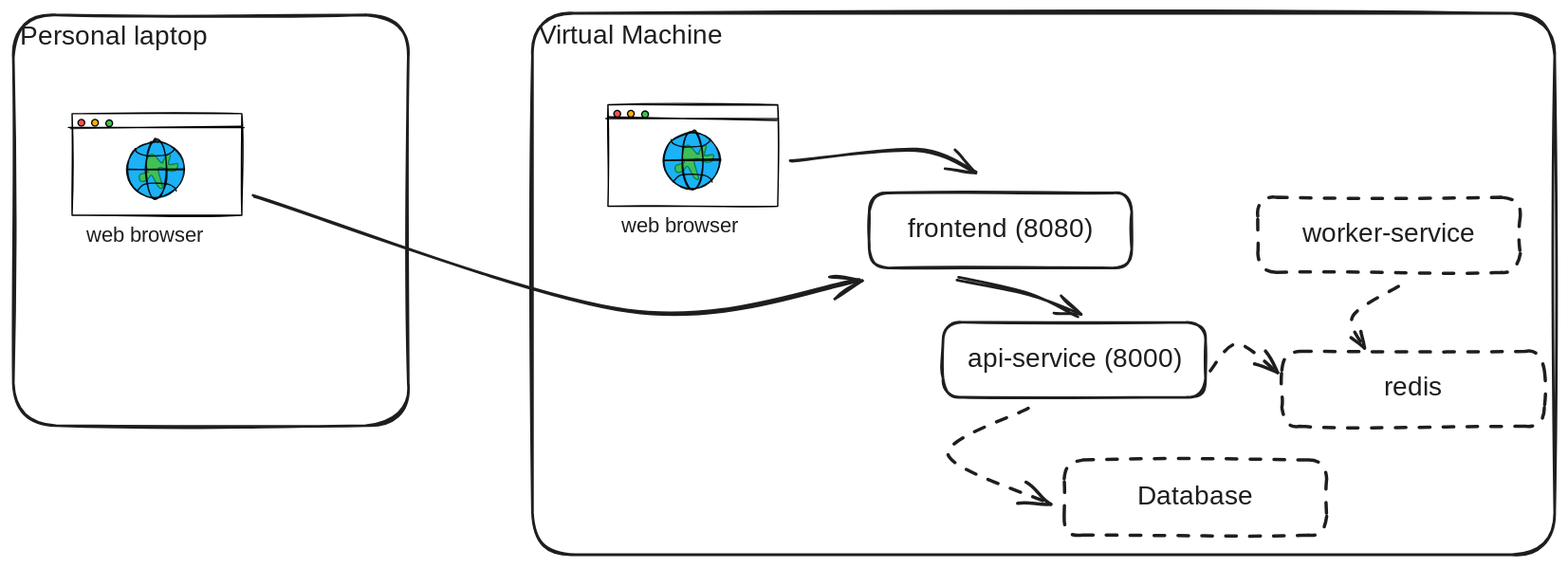
Above: demoboard-archi.excalidraw.svg in seb54000/tpcs-demoboard (Excalidraw), before the change. Source tidied: one line per element, renumbered; positions are measured from the earlier drawing's top-left corner, leaving out a move shared by most shapes. Source of this version:
```json
{"id": 0, "type": "rectangle", "strokeColor": "#1e1e1e", "strokeWidth": 2, "roughness": 1, "round": true, "x": 391, "y": 0, "width": 770, "height": 408}
{"id": 1, "type": "text", "text": "Virtual Machine", "strokeColor": "#1e1e1e", "strokeWidth": 2, "roughness": 1, "fontSize": 20, "fontFamily": 1, "inside": 0, "x": 396, "y": 5, "width": 148, "height": 25}
{"id": 2, "type": "rectangle", "strokeColor": "#1e1e1e", "strokeWidth": 2, "roughness": 1, "round": true, "x": 645, "y": 135, "width": 198, "height": 57}
{"id": 3, "type": "text", "text": "frontend (8080)", "strokeColor": "#1e1e1e", "strokeWidth": 2, "roughness": 1, "fontSize": 20, "fontFamily": 1, "textAlign": "center", "verticalAlign": "middle", "inside": 2, "x": 661, "y": 151, "width": 165, "height": 25}
{"id": 4, "type": "rectangle", "strokeColor": "#000000", "strokeWidth": 1, "roughness": 1, "x": 448, "y": 69, "width": 128, "height": 77}
{"id": 5, "type": "line", "strokeColor": "#000000", "strokeWidth": 1, "roughness": 1, "round": true, "x": 447, "y": 80, "width": 129, "height": 0, "points": [[0, 0], [129, 0]]}
{"id": 6, "type": "ellipse", "strokeColor": "#000000", "backgroundColor": "#fa5252", "fillStyle": "solid", "strokeWidth": 1, "roughness": 0, "x": 452, "y": 73, "width": 5, "height": 5}
{"id": 7, "type": "ellipse", "strokeColor": "#000000", "backgroundColor": "#fab005", "fillStyle": "solid", "strokeWidth": 1, "roughness": 0, "x": 463, "y": 73, "width": 5, "height": 5}
{"id": 8, "type": "ellipse", "strokeColor": "#000000", "backgroundColor": "#40c057", "fillStyle": "solid", "strokeWidth": 1, "roughness": 0, "x": 473, "y": 74, "width": 5, "height": 5}
{"id": 9, "type": "ellipse", "strokeColor": "#000000", "backgroundColor": "#04aaf7", "fillStyle": "solid", "strokeWidth": 1, "roughness": 1, "opacity": 90, "x": 489, "y": 90, "width": 43, "height": 43}
{"id": 10, "type": "line", "strokeColor": "#087f5b", "backgroundColor": "#40c057", "fillStyle": "solid", "strokeWidth": 1, "roughness": 0, "round": true, "x": 516, "y": 106, "width": 28, "height": 24, "points": [[0, 0], [-2, 0], [-8, -6], [-11, -4], [-13, 2], [-11, 7], [-17, 9], [-17, 14], [-12, 13], [-9, 9], [-4, 18], [0, 18], [-4, 5], [1, 4], [3, 6], [9, 6], [11, 1], [4, 1], [5, -6], [2, -5], [0, -1], [0, 0]]}
{"id": 11, "type": "line", "strokeColor": "#000000", "backgroundColor": "#99bcff", "fillStyle": "solid", "strokeWidth": 1, "roughness": 1, "opacity": 90, "round": true, "x": 490, "y": 111, "width": 42, "height": 0, "points": [[0, 0], [42, 0]]}
{"id": 12, "type": "line", "strokeColor": "#000000", "backgroundColor": "#99bcff", "fillStyle": "solid", "strokeWidth": 1, "roughness": 0, "opacity": 90, "round": true, "x": 496, "y": 95, "width": 29, "height": 6, "points": [[0, 0], [1, 2], [4, 4], [9, 5], [15, 5], [24, 5], [28, 2], [29, 0]]}
{"id": 13, "type": "ellipse", "strokeColor": "#000000", "strokeWidth": 1, "roughness": 1, "opacity": 90, "x": 504, "y": 88, "width": 16, "height": 45}
{"id": 14, "type": "line", "strokeColor": "#000000", "backgroundColor": "#99bcff", "fillStyle": "solid", "strokeWidth": 1, "roughness": 0, "opacity": 90, "round": true, "x": 497, "y": 127, "width": 29, "height": 6, "points": [[0, 0], [4, -4], [9, -6], [15, -6], [24, -5], [28, -2], [29, 0]]}
{"id": 15, "type": "text", "text": "web browser", "strokeColor": "#1e1e1e", "strokeWidth": 2, "roughness": 1, "fontSize": 16, "fontFamily": 1, "x": 458, "y": 151, "width": 93, "height": 20}
{"id": 16, "type": "arrow", "strokeColor": "#1e1e1e", "strokeWidth": 2, "roughness": 1, "endArrowhead": "arrow", "round": true, "from": 4, "x": 586, "y": 110, "width": 138, "height": 18, "points": [[0, 0], [95, -7], [138, 10]]}
{"id": 17, "type": "rectangle", "strokeColor": "#1e1e1e", "strokeWidth": 2, "roughness": 1, "round": true, "x": 0, "y": 1, "width": 297, "height": 309}
{"id": 18, "type": "text", "text": "Personal laptop", "strokeColor": "#1e1e1e", "strokeWidth": 2, "roughness": 1, "fontSize": 20, "fontFamily": 1, "inside": 17, "x": 5, "y": 6, "width": 153, "height": 25}
{"id": 19, "type": "rectangle", "strokeColor": "#000000", "strokeWidth": 1, "roughness": 1, "x": 44, "y": 76, "width": 128, "height": 77}
{"id": 20, "type": "line", "strokeColor": "#000000", "strokeWidth": 1, "roughness": 1, "round": true, "x": 43, "y": 86, "width": 129, "height": 0, "points": [[0, 0], [129, 0]]}
{"id": 21, "type": "ellipse", "strokeColor": "#000000", "backgroundColor": "#fa5252", "fillStyle": "solid", "strokeWidth": 1, "roughness": 0, "x": 49, "y": 80, "width": 5, "height": 5}
{"id": 22, "type": "ellipse", "strokeColor": "#000000", "backgroundColor": "#fab005", "fillStyle": "solid", "strokeWidth": 1, "roughness": 0, "x": 59, "y": 80, "width": 5, "height": 5}
{"id": 23, "type": "ellipse", "strokeColor": "#000000", "backgroundColor": "#40c057", "fillStyle": "solid", "strokeWidth": 1, "roughness": 0, "x": 70, "y": 80, "width": 5, "height": 5}
{"id": 24, "type": "ellipse", "strokeColor": "#000000", "backgroundColor": "#04aaf7", "fillStyle": "solid", "strokeWidth": 1, "roughness": 1, "opacity": 90, "x": 86, "y": 96, "width": 43, "height": 43}
{"id": 25, "type": "line", "strokeColor": "#087f5b", "backgroundColor": "#40c057", "fillStyle": "solid", "strokeWidth": 1, "roughness": 0, "round": true, "x": 113, "y": 113, "width": 28, "height": 24, "points": [[0, 0], [-2, 0], [-8, -6], [-11, -4], [-13, 2], [-11, 7], [-17, 9], [-17, 14], [-12, 13], [-9, 9], [-4, 18], [0, 18], [-4, 5], [1, 4], [3, 6], [9, 6], [11, 1], [4, 1], [5, -6], [2, -5], [0, -1], [0, 0]]}
{"id": 26, "type": "line", "strokeColor": "#000000", "backgroundColor": "#99bcff", "fillStyle": "solid", "strokeWidth": 1, "roughness": 1, "opacity": 90, "round": true, "x": 87, "y": 117, "width": 42, "height": 0, "points": [[0, 0], [42, 0]]}
{"id": 27, "type": "line", "strokeColor": "#000000", "backgroundColor": "#99bcff", "fillStyle": "solid", "strokeWidth": 1, "roughness": 0, "opacity": 90, "round": true, "x": 92, "y": 102, "width": 29, "height": 6, "points": [[0, 0], [1, 2], [4, 4], [9, 5], [15, 5], [24, 5], [28, 2], [29, 0]]}
{"id": 28, "type": "ellipse", "strokeColor": "#000000", "strokeWidth": 1, "roughness": 1, "opacity": 90, "x": 100, "y": 95, "width": 16, "height": 45}
{"id": 29, "type": "line", "strokeColor": "#000000", "backgroundColor": "#99bcff", "fillStyle": "solid", "strokeWidth": 1, "roughness": 0, "opacity": 90, "round": true, "x": 93, "y": 134, "width": 29, "height": 6, "points": [[0, 0], [4, -4], [9, -6], [15, -6], [24, -5], [28, -2], [29, 0]]}
{"id": 30, "type": "text", "text": "web browser", "strokeColor": "#1e1e1e", "strokeWidth": 2, "roughness": 1, "fontSize": 16, "fontFamily": 1, "x": 55, "y": 158, "width": 93, "height": 20}
{"id": 31, "type": "rectangle", "strokeColor": "#1e1e1e", "strokeWidth": 2, "roughness": 1, "round": true, "x": 700, "y": 233, "width": 198, "height": 57}
{"id": 32, "type": "text", "text": "api-service (8000)", "strokeColor": "#1e1e1e", "strokeWidth": 2, "roughness": 1, "fontSize": 20, "fontFamily": 1, "textAlign": "center", "verticalAlign": "middle", "inside": 31, "x": 707, "y": 249, "width": 184, "height": 25}
{"id": 33, "type": "arrow", "strokeColor": "#1e1e1e", "strokeWidth": 2, "roughness": 1, "endArrowhead": "arrow", "round": true, "from": 2, "to": 31, "x": 712, "y": 200, "width": 91, "height": 28, "points": [[0, 0], [53, 13], [91, 28]]}
{"id": 34, "type": "rectangle", "strokeColor": "#1e1e1e", "strokeWidth": 2, "strokeStyle": "dashed", "roughness": 1, "round": true, "x": 792, "y": 337, "width": 198, "height": 57}
{"id": 35, "type": "text", "text": "Database", "strokeColor": "#1e1e1e", "strokeWidth": 2, "roughness": 1, "fontSize": 20, "fontFamily": 1, "textAlign": "center", "verticalAlign": "middle", "inside": 34, "x": 841, "y": 352, "width": 99, "height": 25}
{"id": 36, "type": "rectangle", "strokeColor": "#1e1e1e", "strokeWidth": 2, "strokeStyle": "dashed", "roughness": 1, "round": true, "x": 956, "y": 255, "width": 198, "height": 57}
{"id": 37, "type": "text", "text": "redis", "strokeColor": "#1e1e1e", "strokeWidth": 2, "roughness": 1, "fontSize": 20, "fontFamily": 1, "textAlign": "center", "verticalAlign": "middle", "inside": 36, "x": 1031, "y": 270, "width": 46, "height": 25}
{"id": 38, "type": "rectangle", "strokeColor": "#1e1e1e", "strokeWidth": 2, "strokeStyle": "dashed", "roughness": 1, "round": true, "x": 937, "y": 139, "width": 198, "height": 57}
{"id": 39, "type": "text", "text": "worker-service", "strokeColor": "#1e1e1e", "strokeWidth": 2, "roughness": 1, "fontSize": 20, "fontFamily": 1, "textAlign": "center", "verticalAlign": "middle", "inside": 38, "x": 968, "y": 154, "width": 136, "height": 25}
{"id": 40, "type": "arrow", "strokeColor": "#1e1e1e", "strokeWidth": 2, "strokeStyle": "dashed", "roughness": 1, "endArrowhead": "arrow", "round": true, "from": 31, "to": 34, "x": 764, "y": 297, "width": 76, "height": 74, "points": [[0, 0], [-59, 37], [17, 74]]}
{"id": 41, "type": "arrow", "strokeColor": "#1e1e1e", "strokeWidth": 2, "strokeStyle": "dashed", "roughness": 1, "endArrowhead": "arrow", "round": true, "from": 31, "to": 36, "x": 903, "y": 269, "width": 50, "height": 22, "points": [[0, 0], [20, -20], [50, 2]]}
{"id": 42, "type": "arrow", "strokeColor": "#1e1e1e", "strokeWidth": 2, "strokeStyle": "dashed", "roughness": 1, "endArrowhead": "arrow", "round": true, "from": 38, "to": 36, "x": 1043, "y": 206, "width": 34, "height": 46, "points": [[0, 0], [-34, 22], [-25, 46]]}
{"id": 43, "type": "arrow", "strokeColor": "#1e1e1e", "strokeWidth": 2, "roughness": 1, "endArrowhead": "arrow", "round": true, "from": 19, "to": 2, "x": 181, "y": 138, "width": 457, "height": 86, "points": [[0, 0], [282, 86], [457, 63]]}
```
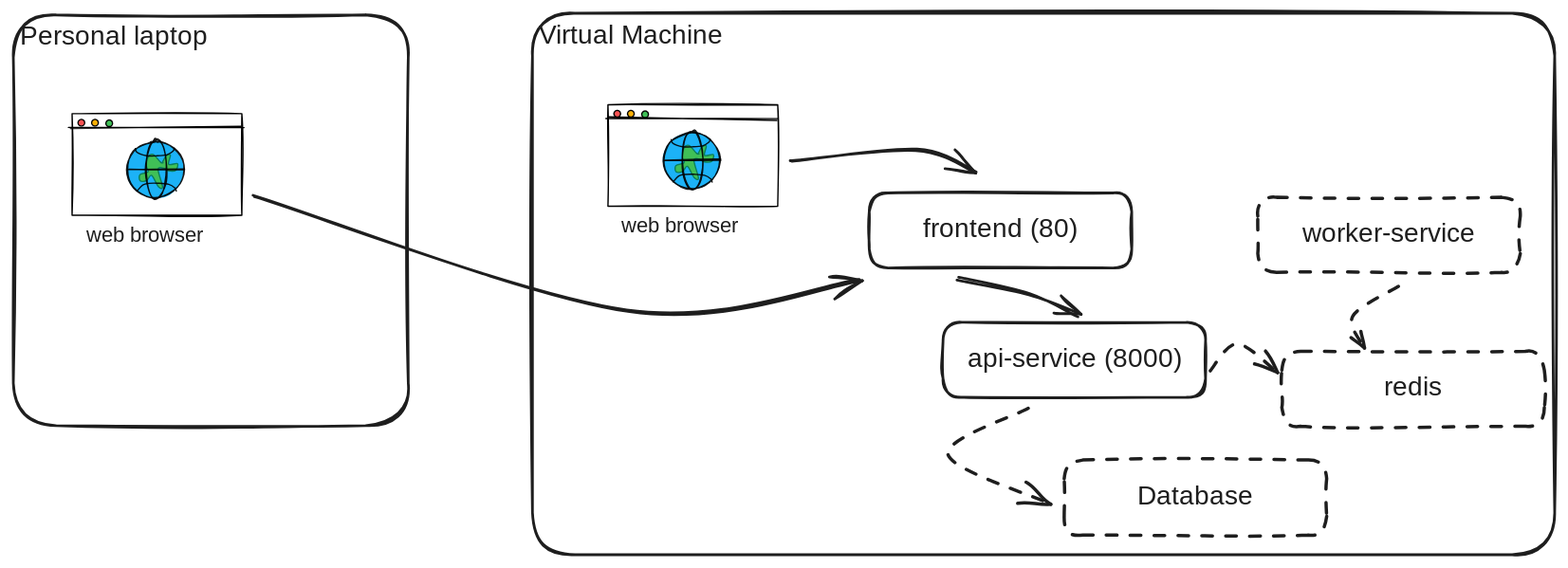
Later version of the same file.

Diff of the diagram source:
```diff
@@ -1,7 +1,7 @@
 {"id": 0, "type": "rectangle", "strokeColor": "#1e1e1e", "strokeWidth": 2, "roughness": 1, "round": true, "x": 391, "y": 0, "width": 770, "height": 408}
 {"id": 1, "type": "text", "text": "Virtual Machine", "strokeColor": "#1e1e1e", "strokeWidth": 2, "roughness": 1, "fontSize": 20, "fontFamily": 1, "inside": 0, "x": 396, "y": 5, "width": 148, "height": 25}
 {"id": 2, "type": "rectangle", "strokeColor": "#1e1e1e", "strokeWidth": 2, "roughness": 1, "round": true, "x": 645, "y": 135, "width": 198, "height": 57}
-{"id": 3, "type": "text", "text": "frontend (8080)", "strokeColor": "#1e1e1e", "strokeWidth": 2, "roughness": 1, "fontSize": 20, "fontFamily": 1, "textAlign": "center", "verticalAlign": "middle", "inside": 2, "x": 661, "y": 151, "width": 165, "height": 25}
+{"id": 3, "type": "text", "text": "frontend (80)", "strokeColor": "#1e1e1e", "strokeWidth": 2, "roughness": 1, "fontSize": 20, "fontFamily": 1, "textAlign": "center", "verticalAlign": "middle", "inside": 2, "x": 676, "y": 151, "width": 136, "height": 25}
 {"id": 4, "type": "rectangle", "strokeColor": "#000000", "strokeWidth": 1, "roughness": 1, "x": 448, "y": 69, "width": 128, "height": 77}
 {"id": 5, "type": "line", "strokeColor": "#000000", "strokeWidth": 1, "roughness": 1, "round": true, "x": 447, "y": 80, "width": 129, "height": 0, "points": [[0, 0], [129, 0]]}
 {"id": 6, "type": "ellipse", "strokeColor": "#000000", "backgroundColor": "#fa5252", "fillStyle": "solid", "strokeWidth": 1, "roughness": 0, "x": 452, "y": 73, "width": 5, "height": 5}
```
